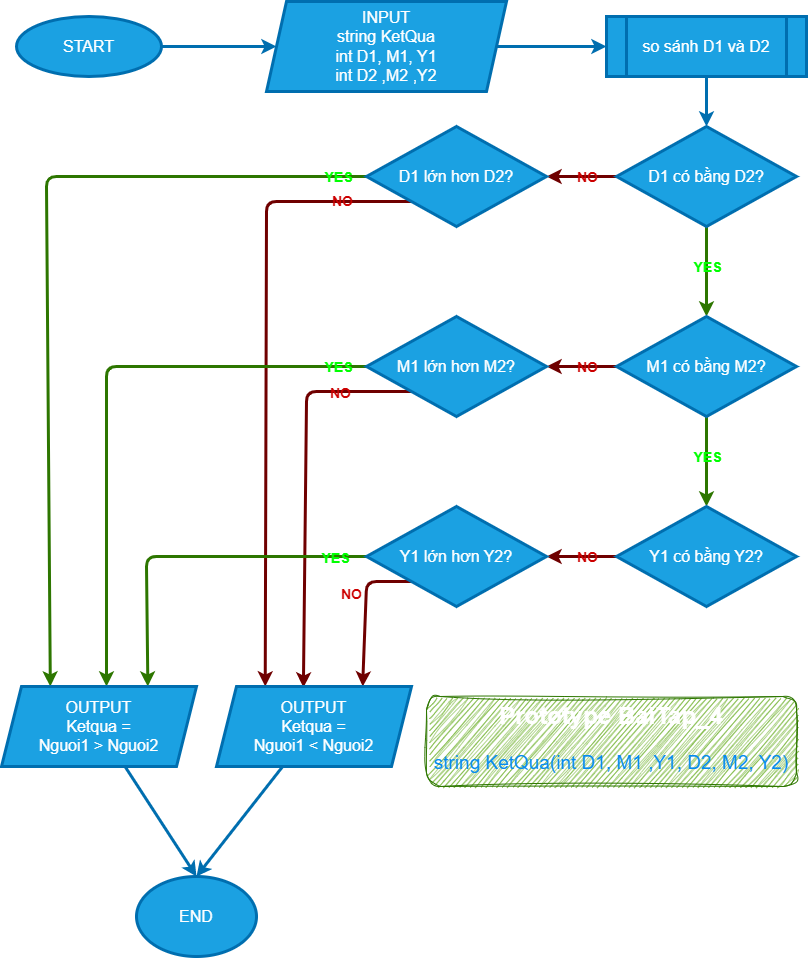
Before: Lab_1/Bai_4/FlowBai_4_1.drawio.png, a diagram exported from draw.io (MinkWungNe/NLNNLT). Source tidied: cells renumbered, new cells last; positions are measured from the earlier drawing's top-left corner, leaving out a move shared by most shapes.
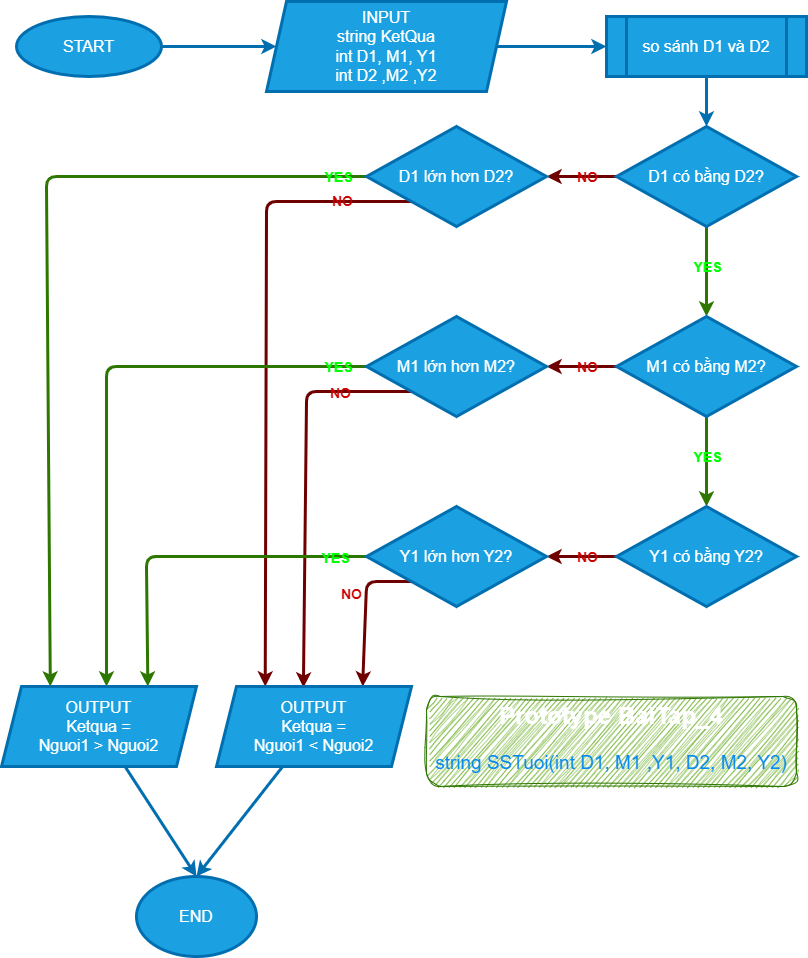
Above is the later version.

The edit, as a diff of the source:
```diff
@@ -162,7 +162,7 @@
     <mxCell id="40" value="END" style="ellipse;whiteSpace=wrap;html=1;fontSize=16;fillColor=#1ba1e2;fontColor=#ffffff;strokeColor=#006EAF;strokeWidth=3;" parent="1" vertex="1">
       <mxGeometry x="135" y="875" width="120" height="80" as="geometry" />
     </mxCell>
-    <mxCell id="41" value="&lt;h1&gt;&lt;span style=&quot;background-color: initial;&quot;&gt;Prototype BaiTap_4&lt;/span&gt;&lt;/h1&gt;&lt;h1&gt;&lt;span style=&quot;font-weight: 400;&quot;&gt;&lt;font color=&quot;#058af0&quot; style=&quot;font-size: 19px;&quot;&gt;string KetQua(int D1, M1 ,Y1, D2, M2, Y2)&lt;/font&gt;&lt;/span&gt;&lt;/h1&gt;" style="text;html=1;strokeColor=#2D7600;fillColor=#60a917;spacing=5;spacingTop=-20;whiteSpace=wrap;overflow=hidden;rounded=1;sketch=1;curveFitting=1;jiggle=2;fontColor=#ffffff;align=center;" parent="1" vertex="1">
+    <mxCell id="41" value="&lt;h1&gt;&lt;span style=&quot;background-color: initial;&quot;&gt;Prototype BaiTap_4&lt;/span&gt;&lt;/h1&gt;&lt;h1&gt;&lt;span style=&quot;font-weight: 400;&quot;&gt;&lt;font color=&quot;#058af0&quot; style=&quot;font-size: 19px;&quot;&gt;string SSTuoi(int D1, M1 ,Y1, D2, M2, Y2)&lt;/font&gt;&lt;/span&gt;&lt;/h1&gt;" style="text;html=1;strokeColor=#2D7600;fillColor=#60a917;spacing=5;spacingTop=-20;whiteSpace=wrap;overflow=hidden;rounded=1;sketch=1;curveFitting=1;jiggle=2;fontColor=#ffffff;align=center;" parent="1" vertex="1">
       <mxGeometry x="425" y="695" width="370" height="90" as="geometry" />
     </mxCell>
   </root>
```
